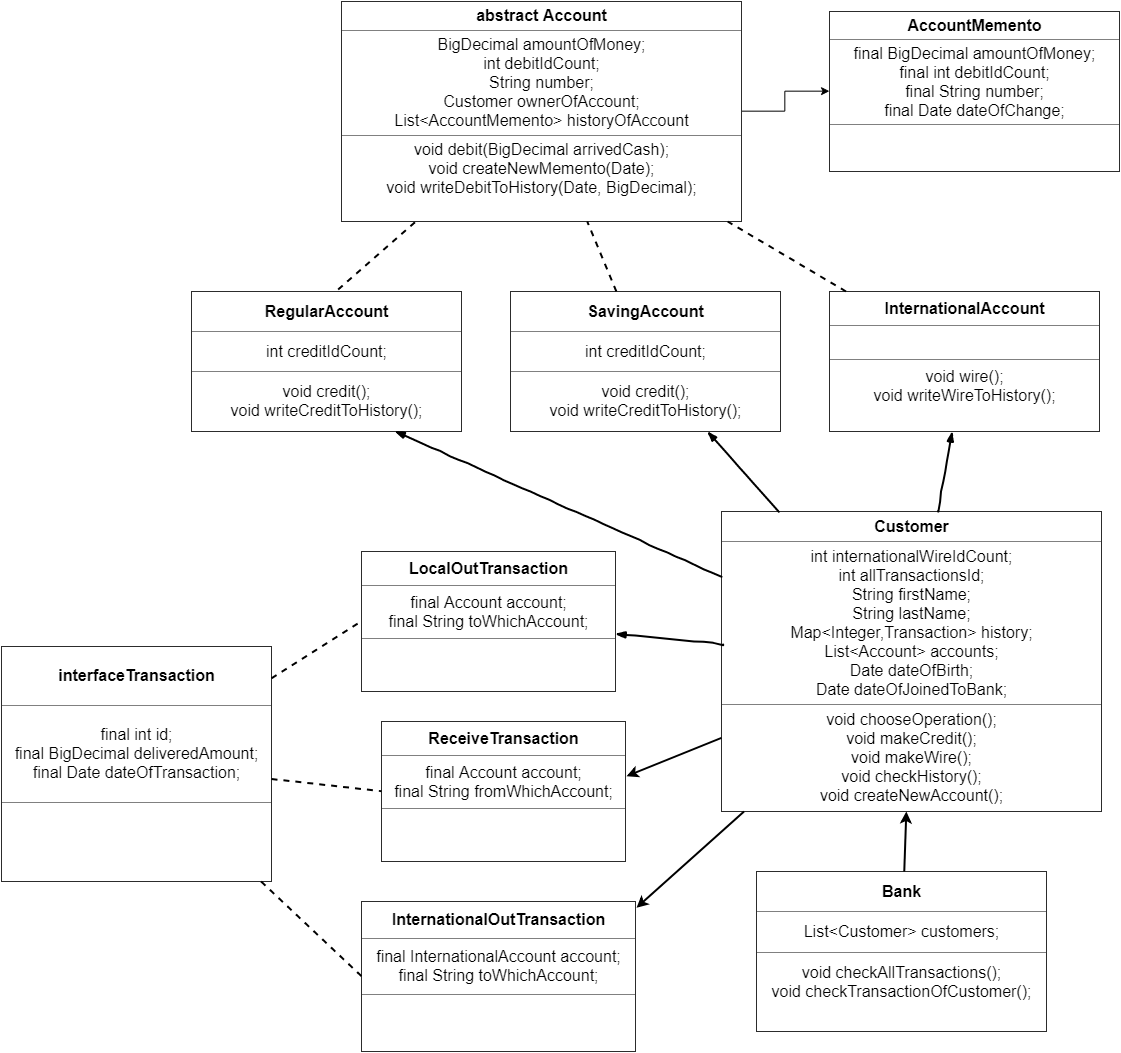
Earlier version of the draw.io export BankOneDiagram2.png (andreychorny/AdvancedJavaProject). Source tidied: cells renumbered, new cells last; positions are measured from the earlier drawing's top-left corner, leaving out a move shared by most shapes.
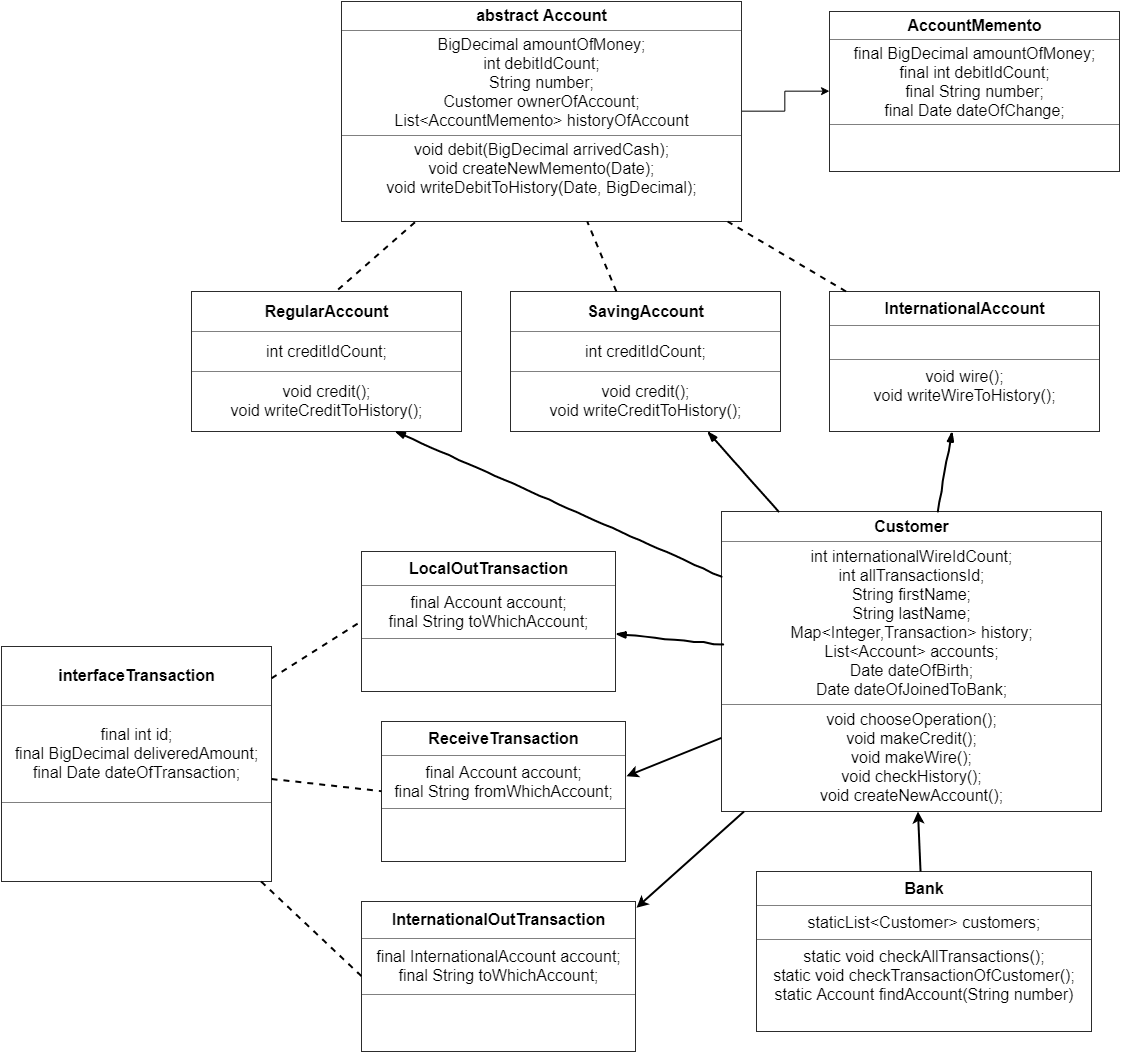
Above is the later version.

Commit message:
Renew diagram

Change to the diagram source:
```diff
@@ -44,8 +44,8 @@
     <mxCell id="15" style="endArrow=none;dashed=1;html=1;fontSize=16;targetPerimeterSpacing=0;endSize=6;strokeWidth=2;" parent="1" edge="1" source="6" target="4">
       <mxGeometry relative="1" as="geometry" />
     </mxCell>
-    <mxCell id="16" value="&lt;table border=&quot;1&quot; width=&quot;100%&quot; cellpadding=&quot;4&quot; style=&quot;width: 100% ; height: 100% ; border-collapse: collapse ; font-size: 16px&quot;&gt;&lt;tbody style=&quot;font-size: 16px&quot;&gt;&lt;tr style=&quot;font-size: 16px&quot;&gt;&lt;th align=&quot;center&quot;&gt;Bank&lt;/th&gt;&lt;/tr&gt;&lt;tr style=&quot;font-size: 16px&quot;&gt;&lt;td align=&quot;center&quot; style=&quot;font-size: 16px&quot;&gt;List&amp;lt;Customer&amp;gt; customers;&lt;/td&gt;&lt;/tr&gt;&lt;tr style=&quot;font-size: 16px&quot;&gt;&lt;td align=&quot;center&quot; style=&quot;font-size: 16px&quot;&gt;void checkAllTransactions();&lt;br&gt;void checkTransactionOfCustomer();&lt;br style=&quot;font-size: 16px&quot;&gt;&lt;br style=&quot;font-size: 16px&quot;&gt;&lt;/td&gt;&lt;/tr&gt;&lt;/tbody&gt;&lt;/table&gt;" style="text;html=1;strokeColor=none;fillColor=none;overflow=fill;strokeWidth=2;fontSize=16;" parent="1" vertex="1">
-      <mxGeometry x="755" y="870" width="290" height="160" as="geometry" />
+    <mxCell id="16" value="&lt;table border=&quot;1&quot; width=&quot;100%&quot; cellpadding=&quot;4&quot; style=&quot;width: 100% ; height: 100% ; border-collapse: collapse ; font-size: 16px&quot;&gt;&lt;tbody style=&quot;font-size: 16px&quot;&gt;&lt;tr style=&quot;font-size: 16px&quot;&gt;&lt;th align=&quot;center&quot;&gt;Bank&lt;/th&gt;&lt;/tr&gt;&lt;tr style=&quot;font-size: 16px&quot;&gt;&lt;td align=&quot;center&quot; style=&quot;font-size: 16px&quot;&gt;staticList&amp;lt;Customer&amp;gt; customers;&lt;/td&gt;&lt;/tr&gt;&lt;tr style=&quot;font-size: 16px&quot;&gt;&lt;td align=&quot;center&quot; style=&quot;font-size: 16px&quot;&gt;static void checkAllTransactions();&lt;br&gt;static void checkTransactionOfCustomer();&lt;br&gt;static Account findAccount(String number)&lt;br style=&quot;font-size: 16px&quot;&gt;&lt;br style=&quot;font-size: 16px&quot;&gt;&lt;/td&gt;&lt;/tr&gt;&lt;/tbody&gt;&lt;/table&gt;" style="text;html=1;strokeColor=none;fillColor=none;overflow=fill;strokeWidth=2;fontSize=16;" parent="1" vertex="1">
+      <mxGeometry x="755" y="870" width="335" height="160" as="geometry" />
     </mxCell>
     <mxCell id="17" style="endArrow=classic;html=1;strokeWidth=2;fontSize=16;" parent="1" edge="1" source="16" target="8">
       <mxGeometry relative="1" as="geometry" />
```
